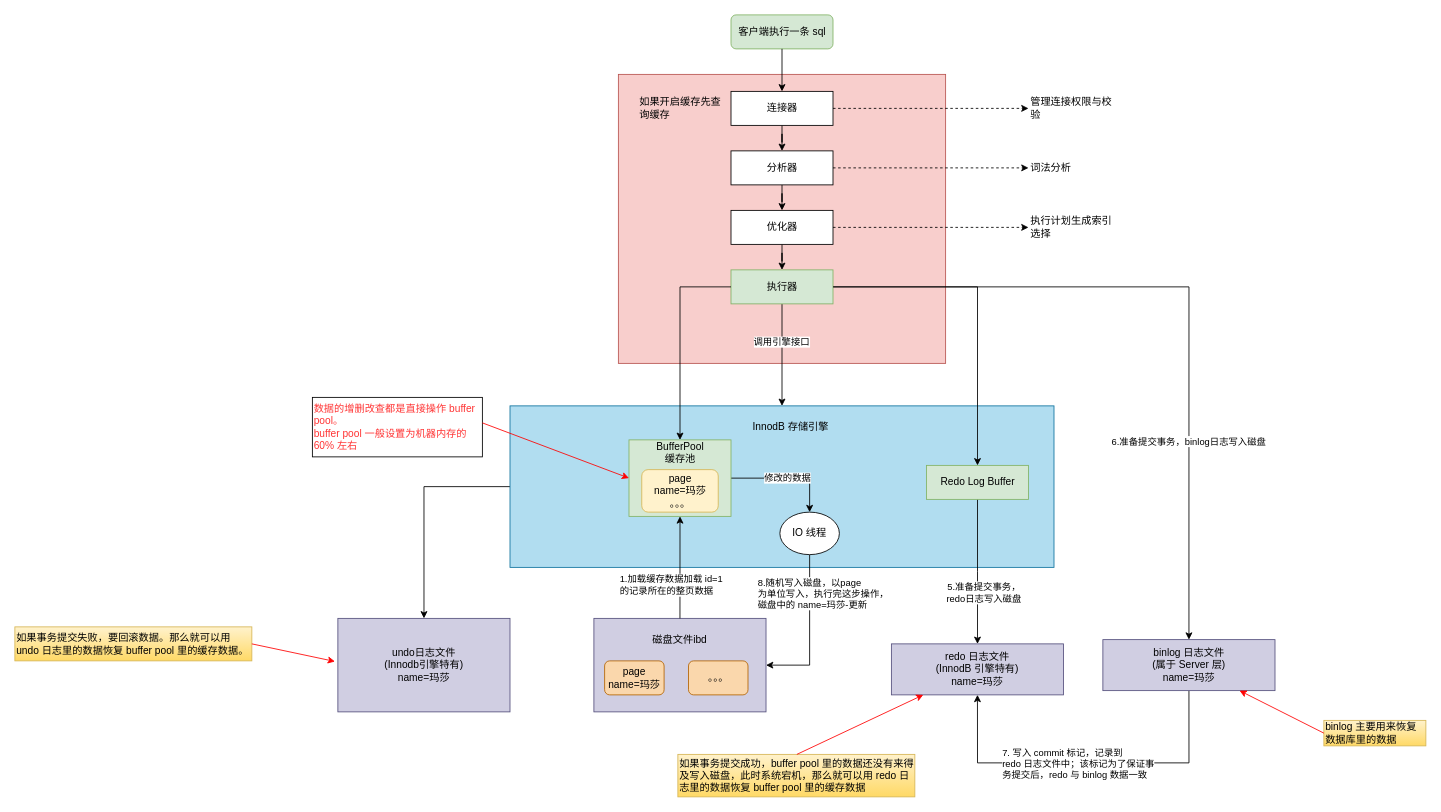
Earlier version of the draw.io diagram utilsdemo/src/main/resources/FlowDiagram/BufferJoin分析.drawio (an-1024/WorkUtil). Source tidied: cells renumbered, new cells numbered last; positions are measured from the earlier drawing's top-left corner, leaving out a move shared by most shapes. Both pictures are drawn from the tidied source at 85%, with x=0, y=0 at pixel (14, 14).
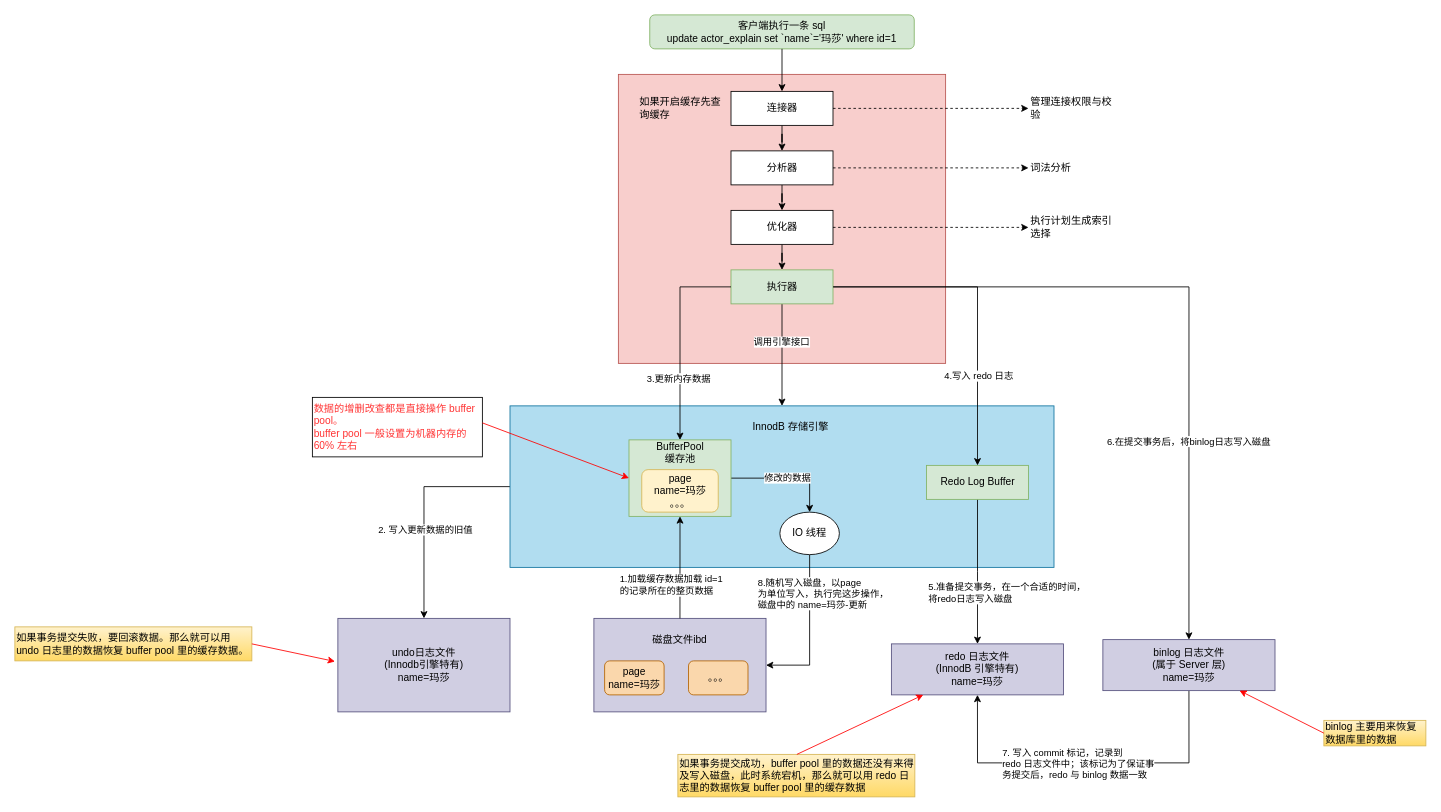
The same diagram, later.

The change refers to these unchanged cells:
```xml
<mxCell id="16" style="edgeStyle=orthogonalEdgeStyle;rounded=0;jettySize=auto;html=1;entryX=0.5;entryY=0;entryDx=0;entryDy=0;fontColor=#000000;" parent="1" edge="1" source="18" target="50">
  <mxGeometry relative="1" as="geometry" />
</mxCell>
<mxCell id="24" style="edgeStyle=orthogonalEdgeStyle;rounded=0;jettySize=auto;html=1;fontColor=#000000;exitX=0;exitY=0.5;exitDx=0;exitDy=0;" parent="1" edge="1" source="25" target="51">
  <mxGeometry relative="1" as="geometry" />
</mxCell>
<mxCell id="28" style="edgeStyle=orthogonalEdgeStyle;rounded=0;jettySize=auto;html=1;exitX=0.5;exitY=1;exitDx=0;exitDy=0;fontColor=#000000;" parent="1" edge="1" source="30" target="47">
  <mxGeometry relative="1" as="geometry" />
</mxCell>
<mxCell id="35" style="edgeStyle=orthogonalEdgeStyle;rounded=0;jettySize=auto;html=1;exitX=1;exitY=0.5;exitDx=0;exitDy=0;fontColor=#FF3333;" parent="1" edge="1" source="18" target="30">
  <mxGeometry relative="1" as="geometry" />
</mxCell>
<mxCell id="36" style="edgeStyle=orthogonalEdgeStyle;rounded=0;jettySize=auto;html=1;exitX=0;exitY=0.5;exitDx=0;exitDy=0;fontColor=#FF3333;" parent="1" edge="1" source="18" target="39">
  <mxGeometry relative="1" as="geometry" />
</mxCell>
```

Diff of the diagram source:
```diff
@@
-    <mxCell id="2" value="客户端执行一条 sql" style="rounded=1;whiteSpace=wrap;html=1;fillColor=#d5e8d4;strokeColor=#82b366;" parent="1" vertex="1">
-      <mxGeometry x="842.5" width="120" height="40" as="geometry" />
+    <mxCell id="2" value="客户端执行一条 sql&lt;br&gt;update actor_explain set `name`='玛莎' where id=1" style="rounded=1;whiteSpace=wrap;html=1;fillColor=#d5e8d4;strokeColor=#82b366;" parent="1" vertex="1">
+      <mxGeometry x="746.9" width="311.2" height="40" as="geometry" />
     </mxCell>
@@
-    <mxCell id="17" value="6.准备提交事务，binlog日志写入磁盘" style="edgeLabel;html=1;align=center;verticalAlign=middle;fontColor=#000000;" parent="16" vertex="1">
+    <mxCell id="17" value="6.在提交事务后，将binlog日志写入磁盘" style="edgeLabel;html=1;align=center;verticalAlign=middle;fontColor=#000000;" parent="16" vertex="1">
       <mxGeometry x="0.44" y="-1" relative="1" as="geometry" />
     </mxCell>
@@
+    <mxCell id="59" value="2. 写入更新数据的旧值" style="edgeLabel;html=1;align=center;verticalAlign=middle;fontColor=#000000;" parent="24" vertex="1">
+      <mxGeometry x="0.19" y="1" relative="1" as="geometry" />
+    </mxCell>
@@
-    <mxCell id="29" value="5.准备提交事务，&lt;br&gt;redo日志写入磁盘" style="edgeLabel;html=1;align=center;verticalAlign=middle;fontColor=#000000;" parent="28" vertex="1">
+    <mxCell id="29" value="5.准备提交事务，在一个合适的时间，&lt;br&gt;将redo日志写入磁盘" style="edgeLabel;html=1;align=left;verticalAlign=middle;fontColor=#000000;" parent="28" vertex="1">
       <mxGeometry x="0.38" y="-1" relative="1" as="geometry">
-        <mxPoint x="8" y="-8" as="offset" />
+        <mxPoint x="-59" y="-8" as="offset" />
       </mxGeometry>
     </mxCell>
@@
+    <mxCell id="60" value="4.写入 redo 日志" style="edgeLabel;html=1;align=center;verticalAlign=middle;fontColor=#000000;" parent="35" vertex="1">
+      <mxGeometry x="0.44" y="1" relative="1" as="geometry" />
+    </mxCell>
@@
+    <mxCell id="61" value="3.更新内存数据" style="edgeLabel;html=1;align=center;verticalAlign=middle;fontColor=#000000;" parent="36" vertex="1">
+      <mxGeometry x="0.39" y="-2" relative="1" as="geometry" />
+    </mxCell>
```
